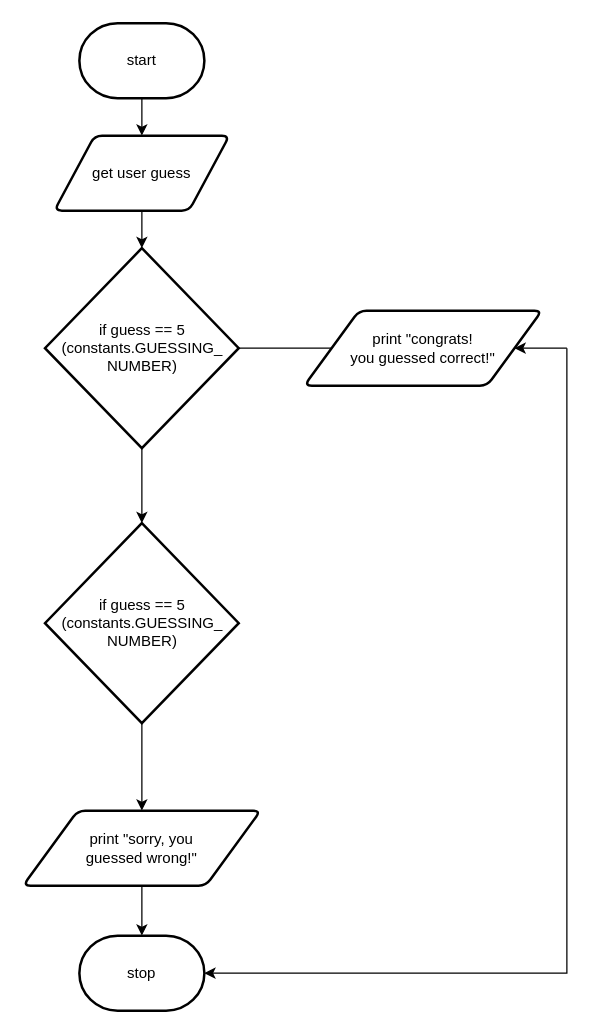
venika-sem/ICS3U-Unit3-02-Python keeps this draw.io diagram as flowchart.drawio. Above is the earlier version. Source tidied: cells renumbered, new cells numbered last; positions are measured from the earlier drawing's top-left corner, leaving out a move shared by most shapes. Both pictures are drawn from the tidied source at 125%, with x=0, y=0 at pixel (22, 22).
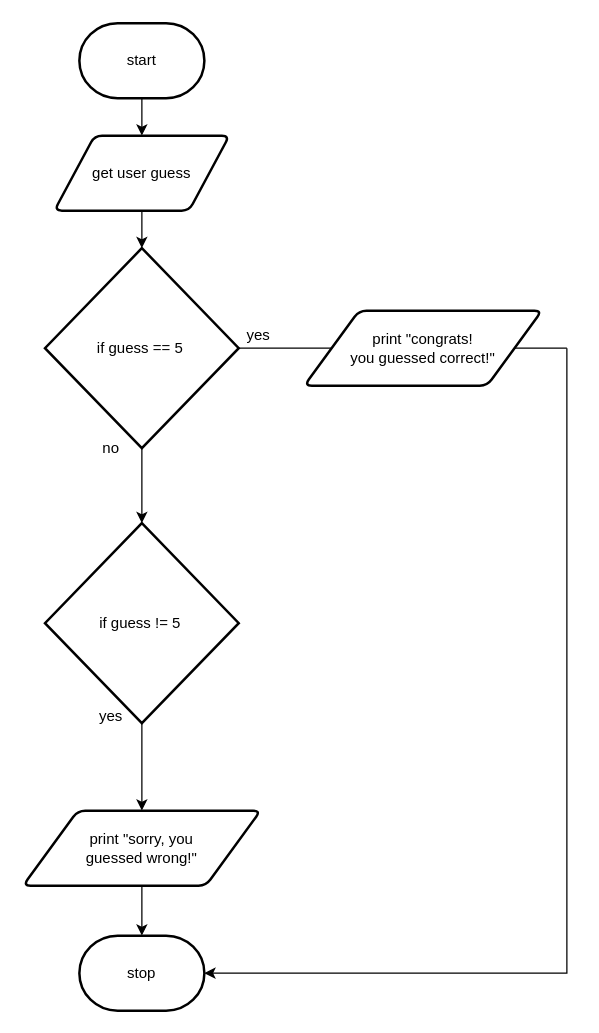
The same page after the edit.

The change refers to these unchanged cells:
```xml
<mxCell id="13" value="print &quot;congrats! &lt;br&gt;you guessed correct!&quot;" style="shape=parallelogram;html=1;strokeWidth=2;perimeter=parallelogramPerimeter;whiteSpace=wrap;rounded=1;arcSize=12;size=0.23;" parent="1" vertex="1">
  <mxGeometry x="225" y="230" width="190" height="60" as="geometry" />
</mxCell>
```

The edit, as a diff of the source:
```diff
@@
-    <mxCell id="8" value="if guess == 5 (constants.GUESSING_&lt;br&gt;NUMBER)" style="strokeWidth=2;html=1;shape=mxgraph.flowchart.decision;whiteSpace=wrap;" parent="1" vertex="1">
+    <mxCell id="8" value="if guess == 5&amp;nbsp;" style="strokeWidth=2;html=1;shape=mxgraph.flowchart.decision;whiteSpace=wrap;" parent="1" vertex="1">
       <mxGeometry x="17.5" y="180" width="155" height="160" as="geometry" />
     </mxCell>
@@
-    <mxCell id="10" value="if guess == 5 (constants.GUESSING_&lt;br&gt;NUMBER)" style="strokeWidth=2;html=1;shape=mxgraph.flowchart.decision;whiteSpace=wrap;" parent="1" vertex="1">
+    <mxCell id="10" value="if guess != 5&amp;nbsp;" style="strokeWidth=2;html=1;shape=mxgraph.flowchart.decision;whiteSpace=wrap;" parent="1" vertex="1">
       <mxGeometry x="17.5" y="400" width="155" height="160" as="geometry" />
     </mxCell>
@@
-    <mxCell id="12" style="edgeStyle=none;rounded=0;html=1;entryX=1;entryY=0.5;entryDx=0;entryDy=0;" parent="1" edge="1" target="13">
-      <mxGeometry relative="1" as="geometry">
-        <mxPoint x="435" y="260" as="sourcePoint" />
-      </mxGeometry>
-    </mxCell>
@@
+    <mxCell id="17" value="yes" style="text;html=1;align=center;verticalAlign=middle;fillColor=none;strokeColor=none;rounded=0;" parent="1" vertex="1">
+      <mxGeometry x="172.5" y="240" width="30" height="20" as="geometry" />
+    </mxCell>
+    <mxCell id="18" value="no" style="text;html=1;align=center;verticalAlign=middle;fillColor=none;strokeColor=none;rounded=0;" parent="1" vertex="1">
+      <mxGeometry x="55" y="330" width="30" height="20" as="geometry" />
+    </mxCell>
+    <mxCell id="19" value="yes" style="text;html=1;align=center;verticalAlign=middle;fillColor=none;strokeColor=none;rounded=0;" parent="1" vertex="1">
+      <mxGeometry x="55" y="545" width="30" height="20" as="geometry" />
+    </mxCell>
+    <mxCell id="20" style="endArrow=none;html=1;exitX=1;exitY=0.5;exitDx=0;exitDy=0;" parent="1" edge="1" source="13">
+      <mxGeometry relative="1" as="geometry">
+        <mxPoint x="435" y="260" as="targetPoint" />
+      </mxGeometry>
+    </mxCell>
```
